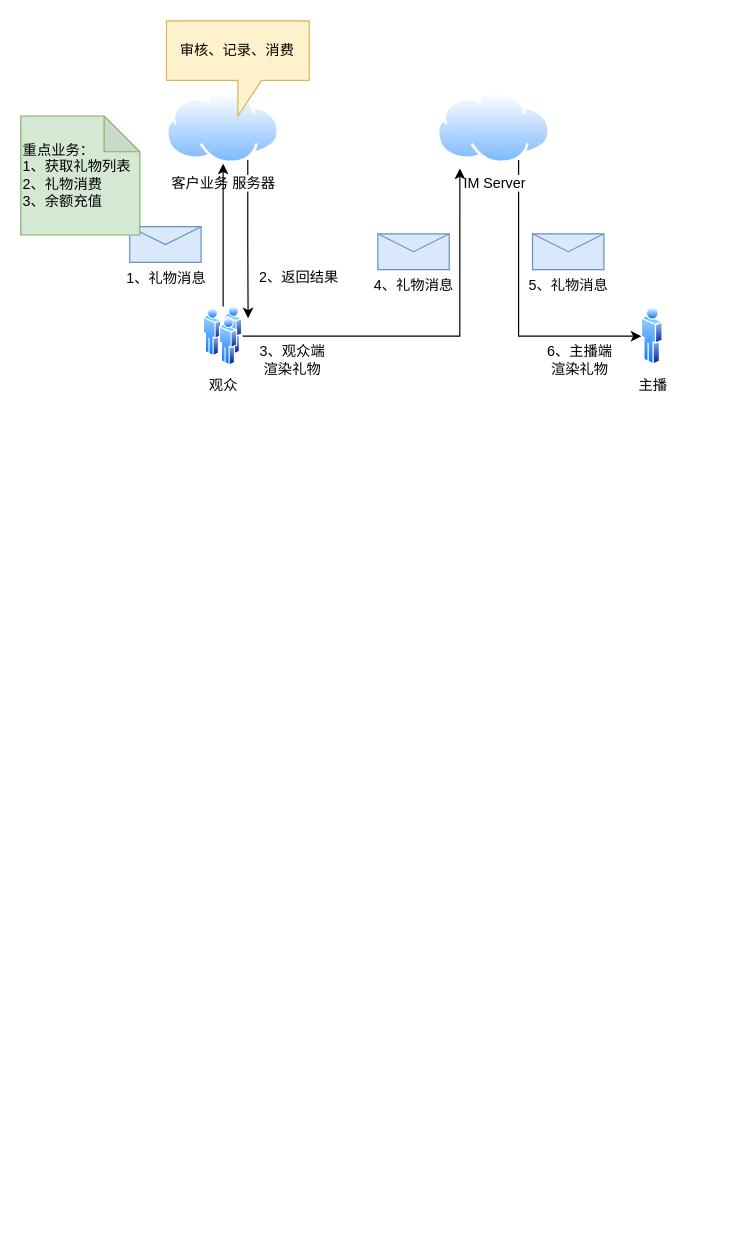
This is TUIKit/TUIGift/TUIGift.drawio from githubliuqi/drawio, a draw.io file, before an edit. Source tidied: cells renumbered, new cells numbered last; positions are measured from the earlier drawing's top-left corner, leaving out a move shared by most shapes. Both pictures are drawn from the tidied source at 119%, with x=0, y=0 at pixel (20, 20).
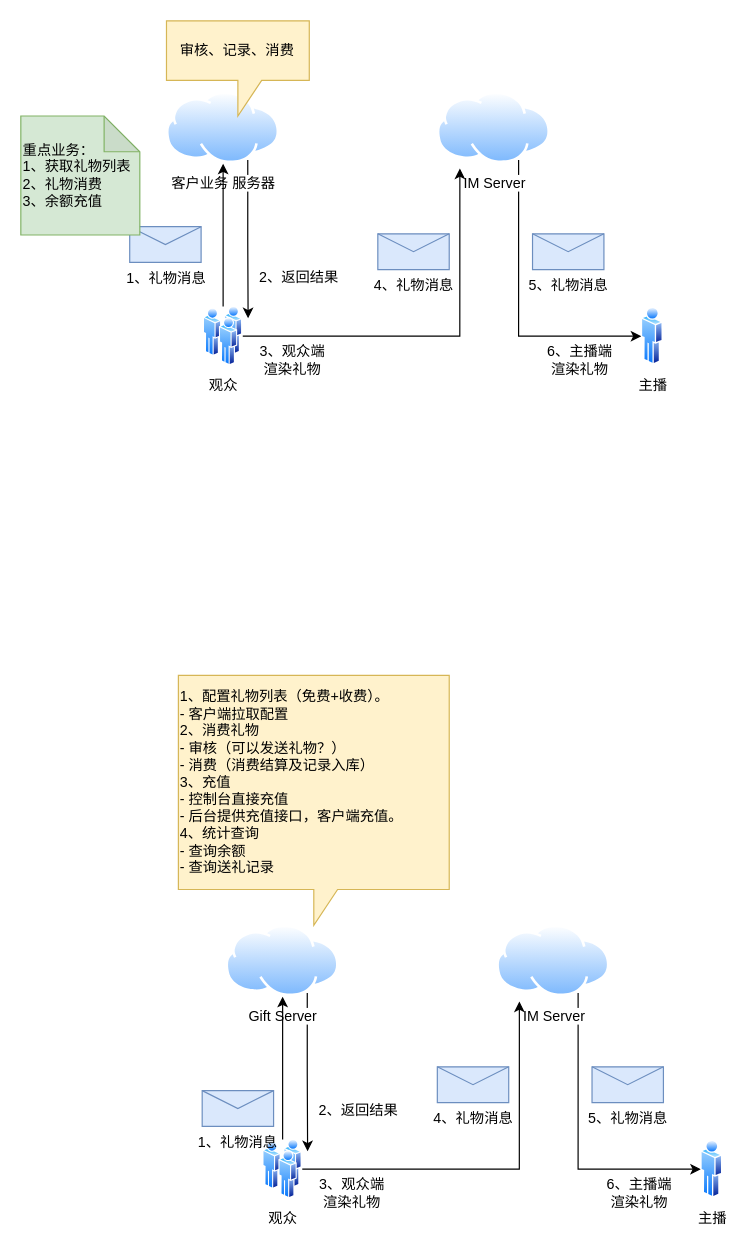
Above is the later version.

Diff of the diagram source:
```diff
@@
+    <mxCell id="18" style="edgeStyle=orthogonalEdgeStyle;rounded=0;jettySize=auto;html=1;exitX=0.75;exitY=1;exitDx=0;exitDy=0;entryX=0;entryY=0.5;entryDx=0;entryDy=0;" parent="1" edge="1" source="19" target="24">
+      <mxGeometry relative="1" as="geometry">
+        <Array as="points">
+          <mxPoint x="468" y="965" />
+        </Array>
+      </mxGeometry>
+    </mxCell>
+    <mxCell id="19" value="IM Server" style="image;perimeter=ellipsePerimeter;html=1;align=center;shadow=0;dashed=0;spacingTop=3;image=img/lib/active_directory/internet_cloud.svg;" parent="1" vertex="1">
+      <mxGeometry x="400" y="760" width="95.2" height="60" as="geometry" />
+    </mxCell>
+    <mxCell id="20" style="edgeStyle=orthogonalEdgeStyle;rounded=0;jettySize=auto;html=1;exitX=0.75;exitY=1;exitDx=0;exitDy=0;" parent="1" edge="1" source="21">
+      <mxGeometry relative="1" as="geometry">
+        <mxPoint x="241" y="950" as="targetPoint" />
+      </mxGeometry>
+    </mxCell>
+    <mxCell id="21" value="Gift Server" style="image;perimeter=ellipsePerimeter;html=1;align=center;shadow=0;dashed=0;spacingTop=3;image=img/lib/active_directory/internet_cloud.svg;" parent="1" vertex="1">
+      <mxGeometry x="172.4" y="760" width="95.2" height="60" as="geometry" />
+    </mxCell>
+    <mxCell id="22" style="edgeStyle=orthogonalEdgeStyle;rounded=0;jettySize=auto;html=1;" parent="1" edge="1" source="23" target="21">
+      <mxGeometry relative="1" as="geometry" />
+    </mxCell>
+    <mxCell id="23" value="观众" style="image;perimeter=ellipsePerimeter;html=1;align=center;shadow=0;dashed=0;spacingTop=3;image=img/lib/active_directory/users.svg;" parent="1" vertex="1">
+      <mxGeometry x="203.5" y="940" width="33" height="50" as="geometry" />
+    </mxCell>
+    <mxCell id="24" value="主播" style="image;perimeter=ellipsePerimeter;html=1;align=center;shadow=0;dashed=0;spacingTop=3;image=img/lib/active_directory/user.svg;" parent="1" vertex="1">
+      <mxGeometry x="571.5" y="940" width="18.5" height="50" as="geometry" />
+    </mxCell>
+    <mxCell id="25" value="&lt;div&gt;1、配置礼物列表（免费+收费）。&lt;/div&gt;&lt;div&gt;- 客户端拉取配置&lt;/div&gt;&lt;div&gt;2、消费礼物&lt;/div&gt;&lt;div&gt;-&amp;nbsp;&lt;span style=&quot;background-color: initial;&quot;&gt;审核（可以发送礼物？）&lt;/span&gt;&lt;/div&gt;&lt;div&gt;&lt;span style=&quot;background-color: initial;&quot;&gt;- 消费（消费结算及记录入库）&lt;/span&gt;&lt;/div&gt;&lt;div&gt;&lt;span style=&quot;background-color: initial;&quot;&gt;3、充值&lt;/span&gt;&lt;/div&gt;&lt;div&gt;&lt;span style=&quot;background-color: initial;&quot;&gt;- 控制台直接充值&lt;/span&gt;&lt;/div&gt;&lt;div&gt;&lt;span style=&quot;background-color: initial;&quot;&gt;- 后台提供充值接口，客户端充值。&lt;/span&gt;&lt;/div&gt;&lt;div&gt;&lt;span style=&quot;background-color: initial;&quot;&gt;4、统计查询&lt;/span&gt;&lt;/div&gt;&lt;div&gt;&lt;span style=&quot;background-color: initial;&quot;&gt;- 查询余额&lt;/span&gt;&lt;/div&gt;&lt;div&gt;&lt;span style=&quot;background-color: initial;&quot;&gt;- 查询送礼记录&lt;/span&gt;&lt;/div&gt;" style="shape=callout;whiteSpace=wrap;html=1;perimeter=calloutPerimeter;fillColor=#fff2cc;strokeColor=#d6b656;align=left;" parent="1" vertex="1">
+      <mxGeometry x="132.4" y="550" width="227.6" height="210" as="geometry" />
+    </mxCell>
+    <mxCell id="26" value="4、礼物消息" style="shape=message;html=1;html=1;labelPosition=center;verticalLabelPosition=bottom;align=center;verticalAlign=top;fillColor=#dae8fc;strokeColor=#6c8ebf;" parent="1" vertex="1">
+      <mxGeometry x="350" y="879" width="60" height="30" as="geometry" />
+    </mxCell>
+    <mxCell id="27" value="1、礼物消息" style="shape=message;html=1;html=1;labelPosition=center;verticalLabelPosition=bottom;align=center;verticalAlign=top;fillColor=#dae8fc;strokeColor=#6c8ebf;" parent="1" vertex="1">
+      <mxGeometry x="152.4" y="899" width="60" height="30" as="geometry" />
+    </mxCell>
+    <mxCell id="28" value="2、返回结果" style="text;html=1;align=center;verticalAlign=middle;whiteSpace=wrap;rounded=0;" parent="1" vertex="1">
+      <mxGeometry x="247" y="901" width="73.5" height="30" as="geometry" />
+    </mxCell>
+    <mxCell id="29" value="5、礼物消息" style="shape=message;html=1;html=1;labelPosition=center;verticalLabelPosition=bottom;align=center;verticalAlign=top;fillColor=#dae8fc;strokeColor=#6c8ebf;" parent="1" vertex="1">
+      <mxGeometry x="480" y="879" width="60" height="30" as="geometry" />
+    </mxCell>
+    <mxCell id="30" style="edgeStyle=orthogonalEdgeStyle;rounded=0;jettySize=auto;html=1;exitX=1;exitY=0.5;exitDx=0;exitDy=0;entryX=0.199;entryY=1.067;entryDx=0;entryDy=0;entryPerimeter=0;" parent="1" edge="1" source="23" target="19">
+      <mxGeometry relative="1" as="geometry" />
+    </mxCell>
+    <mxCell id="31" value="6、主播端渲染礼物" style="text;html=1;align=center;verticalAlign=middle;whiteSpace=wrap;rounded=0;" parent="1" vertex="1">
+      <mxGeometry x="490" y="970" width="60" height="30" as="geometry" />
+    </mxCell>
+    <mxCell id="32" value="3、观众端渲染礼物" style="text;html=1;align=center;verticalAlign=middle;whiteSpace=wrap;rounded=0;" parent="1" vertex="1">
+      <mxGeometry x="247" y="970" width="63" height="30" as="geometry" />
+    </mxCell>
```
